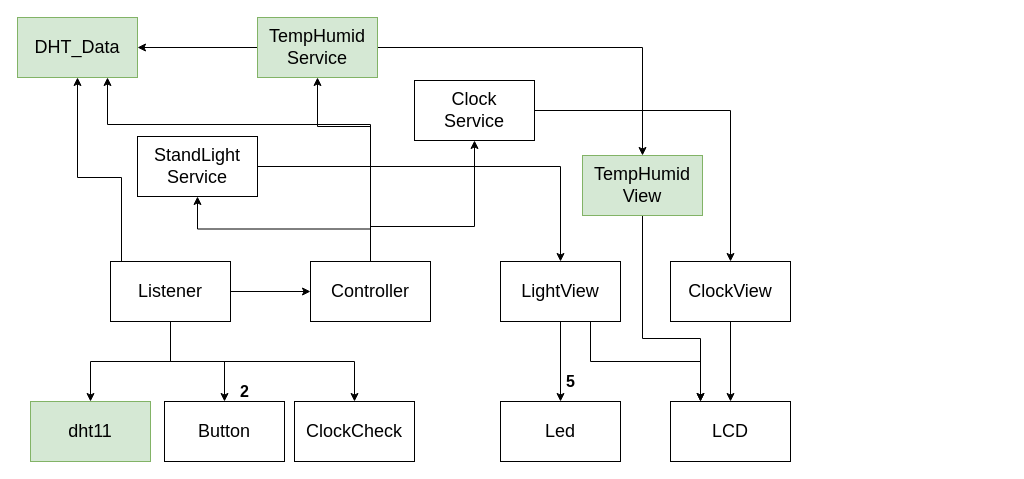
Before: page "페이지-1" (1 of 2) of sw_design/architecture.drawio in Code-Jiugae/StandLight_Clock_Temperature-other, a draw.io diagram. Source tidied: cells renumbered, new cells numbered last; positions are measured from the earlier drawing's top-left corner, leaving out a move shared by most shapes. Both pictures are drawn from the tidied source at 100%, with x=0, y=0 at pixel (17, 17).
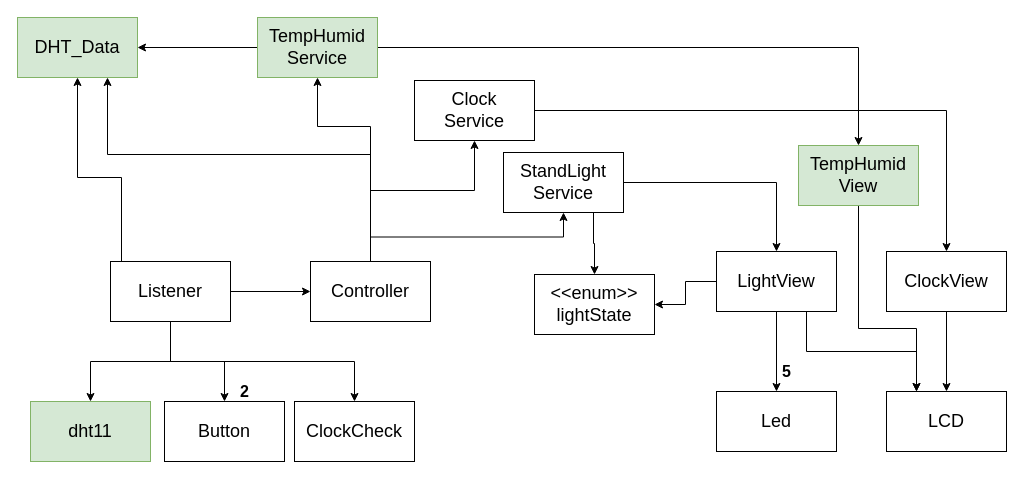
Above is the later version.

Commit message (it also covers changes not shown here):
디자인 다이어그램 수정

The change refers to these unchanged cells:
```xml
<mxCell id="13" value="Controller" style="whiteSpace=wrap;html=1;fontSize=18;" parent="1" vertex="1">
  <mxGeometry x="293" y="244" width="120" height="60" as="geometry" />
</mxCell>
<mxCell id="24" value="Clock&lt;br&gt;Service" style="whiteSpace=wrap;html=1;fontSize=18;" parent="1" vertex="1">
  <mxGeometry x="397" y="63" width="120" height="60" as="geometry" />
</mxCell>
<mxCell id="34" value="DHT_Data" style="whiteSpace=wrap;html=1;fontSize=18;fillColor=#d5e8d4;strokeColor=#82b366;" parent="1" vertex="1">
  <mxGeometry width="120" height="60" as="geometry" />
</mxCell>
```

The edit, as a diff of the source:
```diff
@@
     <mxCell id="9" style="edgeStyle=orthogonalEdgeStyle;rounded=0;html=1;exitX=0.5;exitY=0;exitDx=0;exitDy=0;entryX=0.5;entryY=1;entryDx=0;entryDy=0;fontSize=16;" parent="1" edge="1" source="13" target="24">
       <mxGeometry relative="1" as="geometry">
         <Array as="points">
-          <mxPoint x="353" y="209" />
-          <mxPoint x="457" y="209" />
+          <mxPoint x="353" y="173" />
+          <mxPoint x="457" y="173" />
         </Array>
       </mxGeometry>
     </mxCell>
@@
     <mxCell id="12" style="edgeStyle=orthogonalEdgeStyle;rounded=0;html=1;exitX=0.5;exitY=0;exitDx=0;exitDy=0;entryX=0.75;entryY=1;entryDx=0;entryDy=0;" parent="1" edge="1" source="13" target="34">
       <mxGeometry relative="1" as="geometry">
         <Array as="points">
-          <mxPoint x="353" y="107" />
-          <mxPoint x="90" y="107" />
+          <mxPoint x="353" y="137" />
+          <mxPoint x="90" y="137" />
         </Array>
       </mxGeometry>
     </mxCell>
@@
+    <mxCell id="35" style="edgeStyle=orthogonalEdgeStyle;rounded=0;html=1;exitX=0;exitY=0.5;exitDx=0;exitDy=0;entryX=1;entryY=0.5;entryDx=0;entryDy=0;" parent="1" edge="1" source="16" target="37">
+      <mxGeometry relative="1" as="geometry" />
+    </mxCell>
     <mxCell id="16" value="LightView" style="whiteSpace=wrap;html=1;fontSize=18;" parent="1" vertex="1">
-      <mxGeometry x="483" y="244" width="120" height="60" as="geometry" />
+      <mxGeometry x="699" y="234" width="120" height="60" as="geometry" />
     </mxCell>
     <mxCell id="17" value="Led" style="whiteSpace=wrap;html=1;fontSize=18;" parent="1" vertex="1">
-      <mxGeometry x="483" y="384" width="120" height="60" as="geometry" />
+      <mxGeometry x="699" y="374" width="120" height="60" as="geometry" />
     </mxCell>
@@
+    <mxCell id="36" style="edgeStyle=orthogonalEdgeStyle;rounded=0;html=1;exitX=0.75;exitY=1;exitDx=0;exitDy=0;entryX=0.5;entryY=0;entryDx=0;entryDy=0;" parent="1" edge="1" source="19" target="37">
+      <mxGeometry relative="1" as="geometry" />
+    </mxCell>
     <mxCell id="19" value="StandLight&lt;br&gt;Service" style="whiteSpace=wrap;html=1;fontSize=18;" parent="1" vertex="1">
-      <mxGeometry x="120" y="119" width="120" height="60" as="geometry" />
+      <mxGeometry x="486" y="135" width="120" height="60" as="geometry" />
     </mxCell>
@@
     <mxCell id="21" value="5" style="text;html=1;align=center;verticalAlign=middle;strokeColor=none;fillColor=none;fontSize=16;fontStyle=1;" parent="1" vertex="1">
-      <mxGeometry x="543" y="354" width="20" height="20" as="geometry" />
+      <mxGeometry x="759" y="344" width="20" height="20" as="geometry" />
     </mxCell>
     <mxCell id="22" value="LCD" style="whiteSpace=wrap;html=1;fontSize=18;" parent="1" vertex="1">
-      <mxGeometry x="653" y="384" width="120" height="60" as="geometry" />
+      <mxGeometry x="869" y="374" width="120" height="60" as="geometry" />
     </mxCell>
-    <mxCell id="23" style="edgeStyle=orthogonalEdgeStyle;rounded=0;html=1;exitX=1;exitY=0.5;exitDx=0;exitDy=0;entryX=0.5;entryY=0;entryDx=0;entryDy=0;fontSize=16;" parent="1" edge="1" source="24" target="26">
+    <mxCell id="23" style="edgeStyle=orthogonalEdgeStyle;rounded=0;html=1;exitX=1;exitY=0.5;exitDx=0;exitDy=0;entryX=0.5;entryY=0;entryDx=0;entryDy=0;" parent="1" edge="1" source="24" target="26">
       <mxGeometry relative="1" as="geometry" />
     </mxCell>
@@
     <mxCell id="26" value="ClockView" style="whiteSpace=wrap;html=1;fontSize=18;" parent="1" vertex="1">
-      <mxGeometry x="653" y="244" width="120" height="60" as="geometry" />
+      <mxGeometry x="869" y="234" width="120" height="60" as="geometry" />
     </mxCell>
@@
     <mxCell id="32" style="edgeStyle=orthogonalEdgeStyle;rounded=0;html=1;exitX=0.5;exitY=1;exitDx=0;exitDy=0;entryX=0.25;entryY=0;entryDx=0;entryDy=0;" parent="1" edge="1" source="33" target="22">
       <mxGeometry relative="1" as="geometry">
         <Array as="points">
-          <mxPoint x="625" y="321" />
-          <mxPoint x="683" y="321" />
+          <mxPoint x="841" y="311" />
+          <mxPoint x="899" y="311" />
         </Array>
       </mxGeometry>
     </mxCell>
     <mxCell id="33" value="TempHumid&lt;br&gt;View" style="whiteSpace=wrap;html=1;fontSize=18;fillColor=#d5e8d4;strokeColor=#82b366;" parent="1" vertex="1">
-      <mxGeometry x="565" y="138" width="120" height="60" as="geometry" />
+      <mxGeometry x="781" y="128" width="120" height="60" as="geometry" />
     </mxCell>
@@
+    <mxCell id="37" value="&amp;lt;&amp;lt;enum&amp;gt;&amp;gt;&lt;br&gt;lightState" style="whiteSpace=wrap;html=1;fontSize=18;" parent="1" vertex="1">
+      <mxGeometry x="517" y="257" width="120" height="60" as="geometry" />
+    </mxCell>
```
